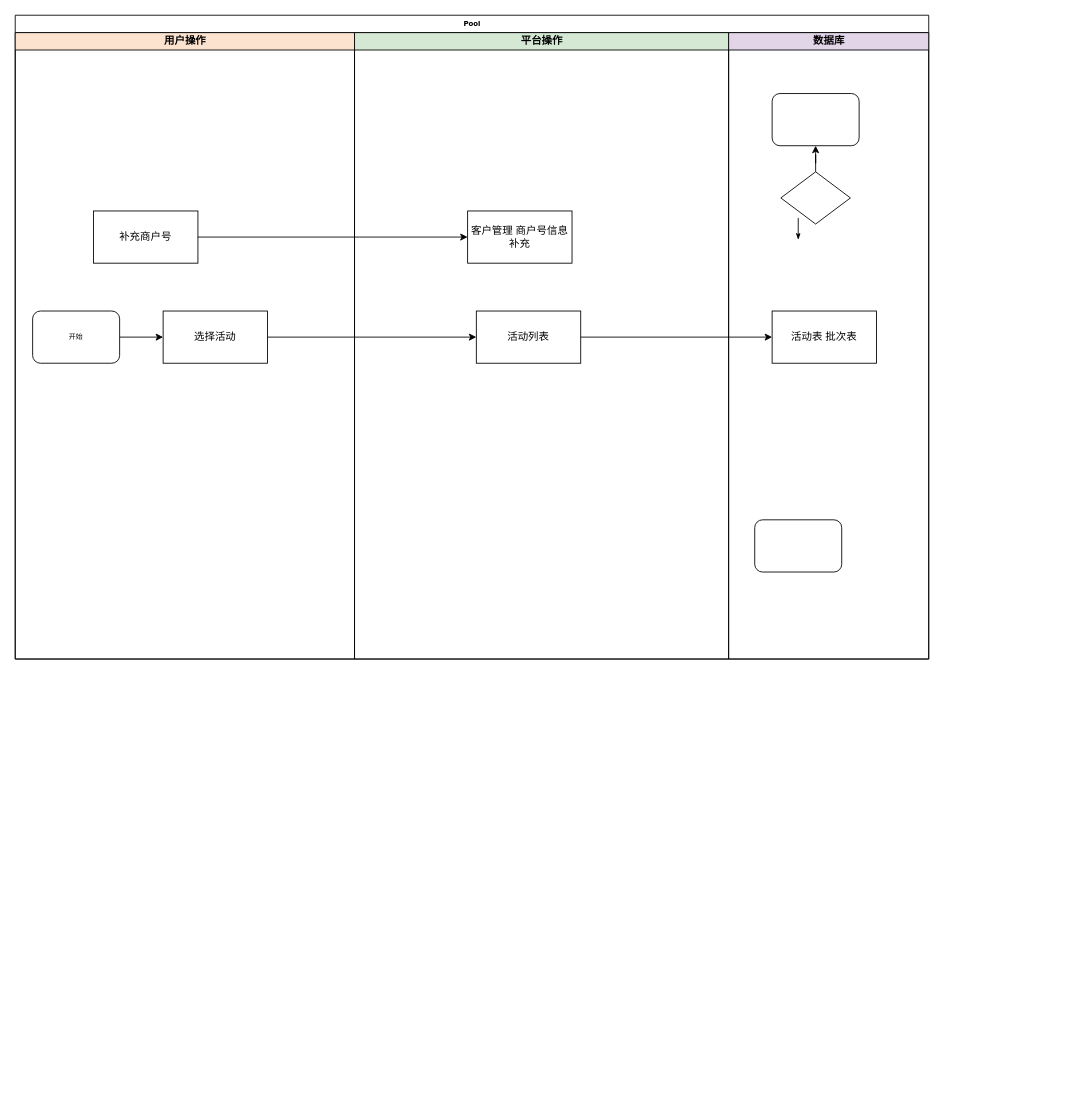
Earlier version of the draw.io diagram 卡券对账泳道图.drawio (yoonai/MyTestFolder). Source tidied: cells renumbered, new cells numbered last; positions are measured from the earlier drawing's top-left corner, leaving out a move shared by most shapes. Both pictures are drawn from the tidied source at 87%, with x=0, y=0 at pixel (15, 15).
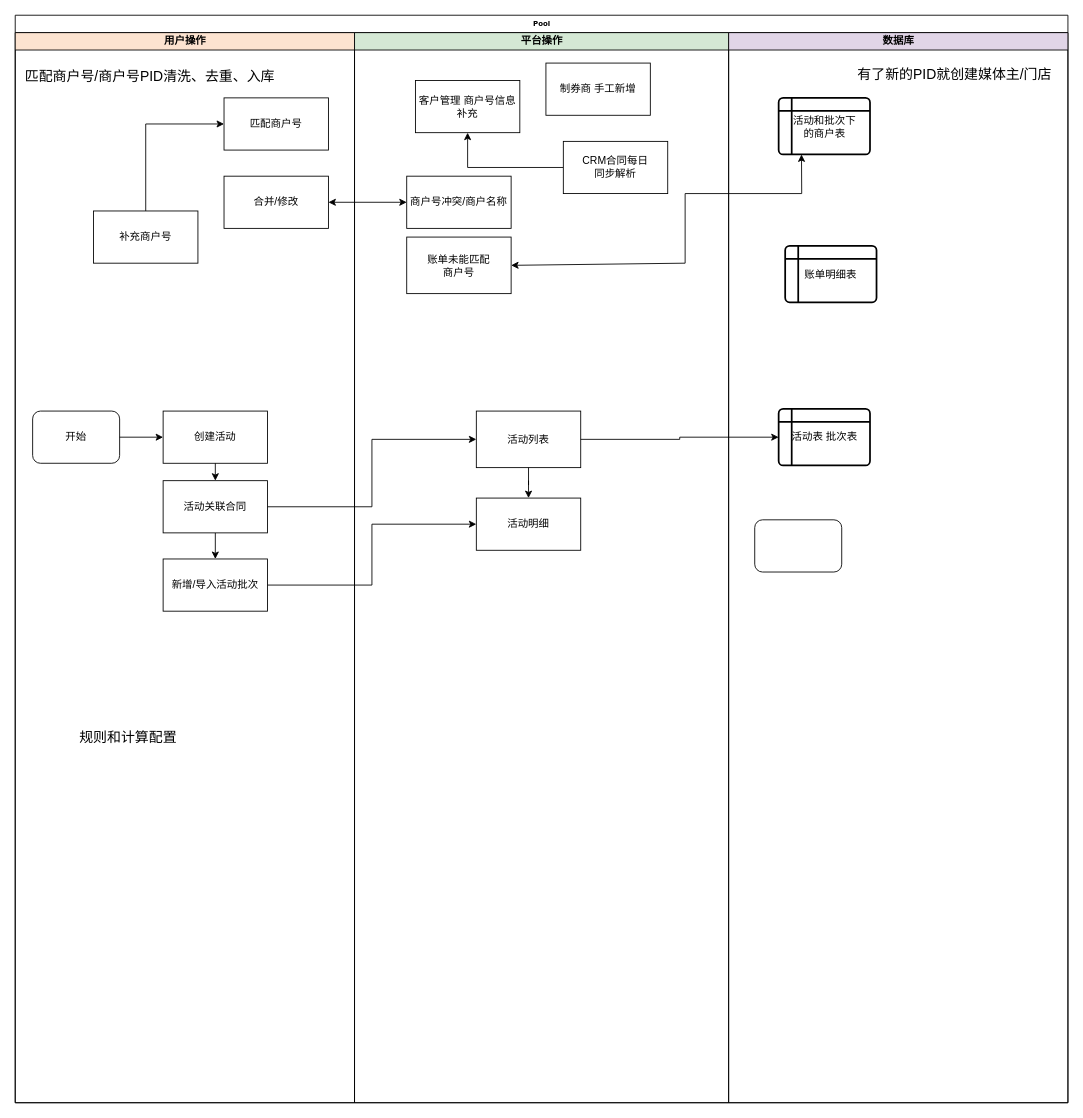
The same diagram, later.

Commit message:
更新卡券对账泳道图.drawio

Change to the diagram source:
```diff
@@
     <mxCell id="2" value="Pool" style="swimlane;html=1;startSize=20;rounded=0;shadow=0;labelBackgroundColor=none;strokeWidth=1;fontFamily=Verdana;fontSize=8;align=center;" parent="1" vertex="1">
-      <mxGeometry width="1050" height="740" as="geometry" />
+      <mxGeometry width="1210" height="1250" as="geometry" />
     </mxCell>
     <mxCell id="3" value="用户操作" style="swimlane;html=1;startSize=20;fillColor=#FCE3D0;" parent="2" vertex="1">
-      <mxGeometry y="20" width="390" height="720" as="geometry" />
+      <mxGeometry y="20" width="390" height="1230" as="geometry" />
     </mxCell>
-    <mxCell id="4" style="edgeStyle=orthogonalEdgeStyle;rounded=0;jettySize=auto;html=1;" parent="3" edge="1" source="5" target="6">
-      <mxGeometry relative="1" as="geometry" />
-    </mxCell>
+    <mxCell id="21" style="edgeStyle=orthogonalEdgeStyle;rounded=0;jettySize=auto;html=1;exitX=0.5;exitY=0;exitDx=0;exitDy=0;entryX=0;entryY=0.5;entryDx=0;entryDy=0;" parent="3" edge="1" source="7" target="23">
+      <mxGeometry relative="1" as="geometry" />
+    </mxCell>
+    <mxCell id="7" value="补充商户号" style="rounded=0;whiteSpace=wrap;html=1;" parent="3" vertex="1">
+      <mxGeometry x="90" y="205" width="120" height="60" as="geometry" />
+    </mxCell>
+    <mxCell id="22" value="匹配商户号/商户号PID清洗、去重、入库" style="text;html=1;whiteSpace=wrap;strokeColor=none;fillColor=none;align=center;verticalAlign=middle;rounded=0;fontStyle=0;fontSize=16;" parent="3" vertex="1">
+      <mxGeometry x="10" y="35" width="290" height="30" as="geometry" />
+    </mxCell>
+    <mxCell id="23" value="匹配商户号" style="rounded=0;whiteSpace=wrap;html=1;" parent="3" vertex="1">
+      <mxGeometry x="240" y="75" width="120" height="60" as="geometry" />
+    </mxCell>
+    <mxCell id="24" value="合并/修改" style="rounded=0;whiteSpace=wrap;html=1;" parent="3" vertex="1">
+      <mxGeometry x="240" y="165" width="120" height="60" as="geometry" />
+    </mxCell>
+    <mxCell id="25" value="规则和计算配置" style="text;html=1;whiteSpace=wrap;strokeColor=none;fillColor=none;align=center;verticalAlign=middle;rounded=0;fontSize=16;" parent="3" vertex="1">
+      <mxGeometry x="70" y="795" width="120" height="30" as="geometry" />
+    </mxCell>
+    <mxCell id="26" style="edgeStyle=orthogonalEdgeStyle;rounded=0;jettySize=auto;html=1;exitX=0.5;exitY=1;exitDx=0;exitDy=0;entryX=0.5;entryY=0;entryDx=0;entryDy=0;" parent="3" edge="1" source="27" target="28">
+      <mxGeometry relative="1" as="geometry" />
+    </mxCell>
+    <mxCell id="27" value="活动关联合同" style="rounded=0;whiteSpace=wrap;html=1;" parent="3" vertex="1">
+      <mxGeometry x="170" y="515" width="120" height="60" as="geometry" />
+    </mxCell>
+    <mxCell id="28" value="新增/导入活动批次" style="rounded=0;whiteSpace=wrap;html=1;" parent="3" vertex="1">
+      <mxGeometry x="170" y="605" width="120" height="60" as="geometry" />
+    </mxCell>
+    <mxCell id="8" value="平台操作" style="swimlane;html=1;startSize=20;fillColor=#D4E8D4;" parent="2" vertex="1">
+      <mxGeometry x="390" y="20" width="430" height="1230" as="geometry" />
+    </mxCell>
+    <mxCell id="10" value="客户管理 商户号信息补充" style="rounded=0;whiteSpace=wrap;html=1;" parent="8" vertex="1">
+      <mxGeometry x="70" y="55" width="120" height="60" as="geometry" />
+    </mxCell>
+    <mxCell id="29" value="制券商 手工新增" style="rounded=0;whiteSpace=wrap;html=1;" parent="8" vertex="1">
+      <mxGeometry x="220" y="35" width="120" height="60" as="geometry" />
+    </mxCell>
+    <mxCell id="30" style="edgeStyle=orthogonalEdgeStyle;rounded=0;jettySize=auto;html=1;" parent="8" edge="1" source="31" target="10">
+      <mxGeometry relative="1" as="geometry" />
+    </mxCell>
+    <mxCell id="31" value="CRM合同每日&lt;br&gt;同步解析" style="rounded=0;whiteSpace=wrap;html=1;" parent="8" vertex="1">
+      <mxGeometry x="240" y="125" width="120" height="60" as="geometry" />
+    </mxCell>
+    <mxCell id="32" value="商户号冲突/商户名称" style="rounded=0;whiteSpace=wrap;html=1;" parent="8" vertex="1">
+      <mxGeometry x="60" y="165" width="120" height="60" as="geometry" />
+    </mxCell>
+    <mxCell id="33" value="账单未能匹配&lt;br&gt;商户号" style="rounded=0;whiteSpace=wrap;html=1;" parent="8" vertex="1">
+      <mxGeometry x="60" y="235" width="120" height="65" as="geometry" />
+    </mxCell>
+    <mxCell id="34" value="活动明细" style="rounded=0;whiteSpace=wrap;html=1;" parent="8" vertex="1">
+      <mxGeometry x="140" y="535" width="120" height="60" as="geometry" />
+    </mxCell>
+    <mxCell id="11" value="数据库" style="swimlane;html=1;startSize=20;fillColor=#E1D5E7;" parent="2" vertex="1">
+      <mxGeometry x="820" y="20" width="390" height="1230" as="geometry" />
+    </mxCell>
+    <mxCell id="15" style="rounded=1;whiteSpace=wrap;html=1;shadow=0;labelBackgroundColor=none;strokeWidth=1;fontFamily=Verdana;fontSize=8;align=center;" parent="11" vertex="1">
+      <mxGeometry x="30" y="560" width="100" height="60" as="geometry" />
+    </mxCell>
+    <mxCell id="35" value="活动和批次下&lt;br&gt;的商户表" style="shape=internalStorage;whiteSpace=wrap;html=1;dx=15;dy=15;rounded=1;arcSize=8;strokeWidth=2;" parent="11" vertex="1">
+      <mxGeometry x="57.5" y="75" width="105" height="65" as="geometry" />
+    </mxCell>
+    <mxCell id="36" value="有了新的PID就创建媒体主/门店" style="text;html=1;whiteSpace=wrap;strokeColor=none;fillColor=none;align=center;verticalAlign=middle;rounded=0;fontSize=16;" parent="11" vertex="1">
+      <mxGeometry x="130" y="35" width="260" height="25" as="geometry" />
+    </mxCell>
-    <mxCell id="5" value="开始" style="rounded=1;whiteSpace=wrap;html=1;shadow=0;labelBackgroundColor=none;strokeWidth=1;fontFamily=Verdana;fontSize=8;align=center;" parent="3" vertex="1">
-      <mxGeometry x="20" y="320" width="100" height="60" as="geometry" />
+    <mxCell id="5" value="开始" style="rounded=1;whiteSpace=wrap;html=1;shadow=0;labelBackgroundColor=none;strokeWidth=1;fontFamily=Verdana;fontSize=12;align=center;" parent="11" vertex="1">
+      <mxGeometry x="-800" y="435" width="100" height="60" as="geometry" />
     </mxCell>
-    <mxCell id="6" value="选择活动" style="rounded=0;whiteSpace=wrap;html=1;" parent="3" vertex="1">
-      <mxGeometry x="170" y="320" width="120" height="60" as="geometry" />
+    <mxCell id="6" value="创建活动" style="rounded=0;whiteSpace=wrap;html=1;" parent="11" vertex="1">
+      <mxGeometry x="-650" y="435" width="120" height="60" as="geometry" />
     </mxCell>
-    <mxCell id="7" value="补充商户号" style="rounded=0;whiteSpace=wrap;html=1;" parent="3" vertex="1">
-      <mxGeometry x="90" y="205" width="120" height="60" as="geometry" />
-    </mxCell>
-    <mxCell id="8" value="平台操作" style="swimlane;html=1;startSize=20;fillColor=#D4E8D4;" parent="2" vertex="1">
-      <mxGeometry x="390" y="20" width="430" height="720" as="geometry" />
-    </mxCell>
+    <mxCell id="4" style="edgeStyle=orthogonalEdgeStyle;rounded=0;jettySize=auto;html=1;" parent="11" edge="1" source="5" target="6">
+      <mxGeometry relative="1" as="geometry" />
+    </mxCell>
-    <mxCell id="9" value="活动列表" style="rounded=0;whiteSpace=wrap;html=1;" parent="8" vertex="1">
-      <mxGeometry x="140" y="320" width="120" height="60" as="geometry" />
+    <mxCell id="9" value="活动列表" style="rounded=0;whiteSpace=wrap;html=1;" parent="11" vertex="1">
+      <mxGeometry x="-290" y="435" width="120" height="65" as="geometry" />
     </mxCell>
-    <mxCell id="10" value="客户管理 商户号信息补充" style="rounded=0;whiteSpace=wrap;html=1;" parent="8" vertex="1">
-      <mxGeometry x="130" y="205" width="120" height="60" as="geometry" />
-    </mxCell>
-    <mxCell id="11" value="数据库" style="swimlane;html=1;startSize=20;fillColor=#E1D5E7;" parent="2" vertex="1">
-      <mxGeometry x="820" y="20" width="230" height="720" as="geometry" />
-    </mxCell>
-    <mxCell id="12" style="rounded=1;whiteSpace=wrap;html=1;shadow=0;labelBackgroundColor=none;strokeWidth=1;fontFamily=Verdana;fontSize=8;align=center;" parent="11" vertex="1">
-      <mxGeometry x="50" y="70" width="100" height="60" as="geometry" />
-    </mxCell>
-    <mxCell id="13" style="edgeStyle=orthogonalEdgeStyle;rounded=0;jettySize=auto;html=1;" parent="11" edge="1" source="14" target="12">
-      <mxGeometry relative="1" as="geometry" />
-    </mxCell>
-    <mxCell id="14" style="rhombus;whiteSpace=wrap;html=1;rounded=0;shadow=0;labelBackgroundColor=none;strokeWidth=1;fontFamily=Verdana;fontSize=8;align=center;" parent="11" vertex="1">
-      <mxGeometry x="60" y="160" width="80" height="60" as="geometry" />
-    </mxCell>
-    <mxCell id="15" style="rounded=1;whiteSpace=wrap;html=1;shadow=0;labelBackgroundColor=none;strokeWidth=1;fontFamily=Verdana;fontSize=8;align=center;" parent="11" vertex="1">
-      <mxGeometry x="30" y="560" width="100" height="60" as="geometry" />
-    </mxCell>
-    <mxCell id="16" style="edgeStyle=orthogonalEdgeStyle;rounded=1;html=1;labelBackgroundColor=none;startArrow=none;startFill=0;startSize=5;endArrow=classicThin;endFill=1;endSize=5;jettySize=auto;orthogonalLoop=1;strokeWidth=1;fontFamily=Verdana;fontSize=8;" parent="11" edge="1">
-      <mxGeometry relative="1" as="geometry">
-        <mxPoint x="80" y="213" as="sourcePoint" />
-        <mxPoint x="80" y="238" as="targetPoint" />
-      </mxGeometry>
-    </mxCell>
+    <mxCell id="19" style="edgeStyle=orthogonalEdgeStyle;rounded=0;jettySize=auto;html=1;entryX=0;entryY=0.5;entryDx=0;entryDy=0;" parent="11" edge="1" source="9" target="17">
+      <mxGeometry relative="1" as="geometry" />
+    </mxCell>
+    <mxCell id="37" value="账单明细表" style="shape=internalStorage;whiteSpace=wrap;html=1;dx=15;dy=15;rounded=1;arcSize=8;strokeWidth=2;" parent="11" vertex="1">
+      <mxGeometry x="65" y="245" width="105" height="65" as="geometry" />
+    </mxCell>
-    <mxCell id="17" value="活动表 批次表" style="rounded=0;whiteSpace=wrap;html=1;" parent="11" vertex="1">
-      <mxGeometry x="50" y="320" width="120" height="60" as="geometry" />
+    <mxCell id="17" value="活动表 批次表" style="shape=internalStorage;whiteSpace=wrap;html=1;dx=15;dy=15;rounded=1;arcSize=8;strokeWidth=2;" parent="11" vertex="1">
+      <mxGeometry x="57.5" y="432.5" width="105" height="65" as="geometry" />
     </mxCell>
-    <mxCell id="18" style="edgeStyle=orthogonalEdgeStyle;rounded=0;jettySize=auto;html=1;exitX=1;exitY=0.5;exitDx=0;exitDy=0;entryX=0;entryY=0.5;entryDx=0;entryDy=0;" parent="2" edge="1" source="6" target="9">
-      <mxGeometry relative="1" as="geometry" />
-    </mxCell>
-    <mxCell id="19" style="edgeStyle=orthogonalEdgeStyle;rounded=0;jettySize=auto;html=1;entryX=0;entryY=0.5;entryDx=0;entryDy=0;" parent="2" edge="1" source="9" target="17">
-      <mxGeometry relative="1" as="geometry" />
-    </mxCell>
-    <mxCell id="20" style="edgeStyle=orthogonalEdgeStyle;rounded=0;jettySize=auto;html=1;entryX=0;entryY=0.5;entryDx=0;entryDy=0;" parent="2" edge="1" source="7" target="10">
-      <mxGeometry relative="1" as="geometry" />
-    </mxCell>
+    <mxCell id="38" style="endArrow=classic;startArrow=classic;html=1;rounded=0;entryX=0;entryY=0.5;entryDx=0;entryDy=0;exitX=1;exitY=0.5;exitDx=0;exitDy=0;" parent="2" edge="1" source="24" target="32">
+      <mxGeometry relative="1" as="geometry" />
+    </mxCell>
+    <mxCell id="39" style="endArrow=classic;startArrow=classic;html=1;rounded=0;entryX=0.25;entryY=1;entryDx=0;entryDy=0;exitX=1;exitY=0.5;exitDx=0;exitDy=0;" parent="2" edge="1" source="33" target="35">
+      <mxGeometry relative="1" as="geometry">
+        <Array as="points">
+          <mxPoint x="770" y="285" />
+          <mxPoint x="770" y="205" />
+          <mxPoint x="904" y="205" />
+        </Array>
+      </mxGeometry>
+    </mxCell>
+    <mxCell id="40" style="edgeStyle=orthogonalEdgeStyle;rounded=0;jettySize=auto;html=1;exitX=0.5;exitY=1;exitDx=0;exitDy=0;entryX=0.5;entryY=0;entryDx=0;entryDy=0;" parent="2" edge="1" source="6" target="27">
+      <mxGeometry relative="1" as="geometry" />
+    </mxCell>
+    <mxCell id="41" style="edgeStyle=orthogonalEdgeStyle;rounded=0;jettySize=auto;html=1;exitX=1;exitY=0.5;exitDx=0;exitDy=0;entryX=0;entryY=0.5;entryDx=0;entryDy=0;" parent="2" edge="1" source="27" target="9">
+      <mxGeometry relative="1" as="geometry" />
+    </mxCell>
+    <mxCell id="42" style="edgeStyle=orthogonalEdgeStyle;rounded=0;jettySize=auto;html=1;entryX=0.5;entryY=0;entryDx=0;entryDy=0;" parent="2" edge="1" source="9" target="34">
+      <mxGeometry relative="1" as="geometry" />
+    </mxCell>
+    <mxCell id="43" style="edgeStyle=orthogonalEdgeStyle;rounded=0;jettySize=auto;html=1;entryX=0;entryY=0.5;entryDx=0;entryDy=0;" parent="2" edge="1" source="28" target="34">
+      <mxGeometry relative="1" as="geometry" />
+    </mxCell>
```
